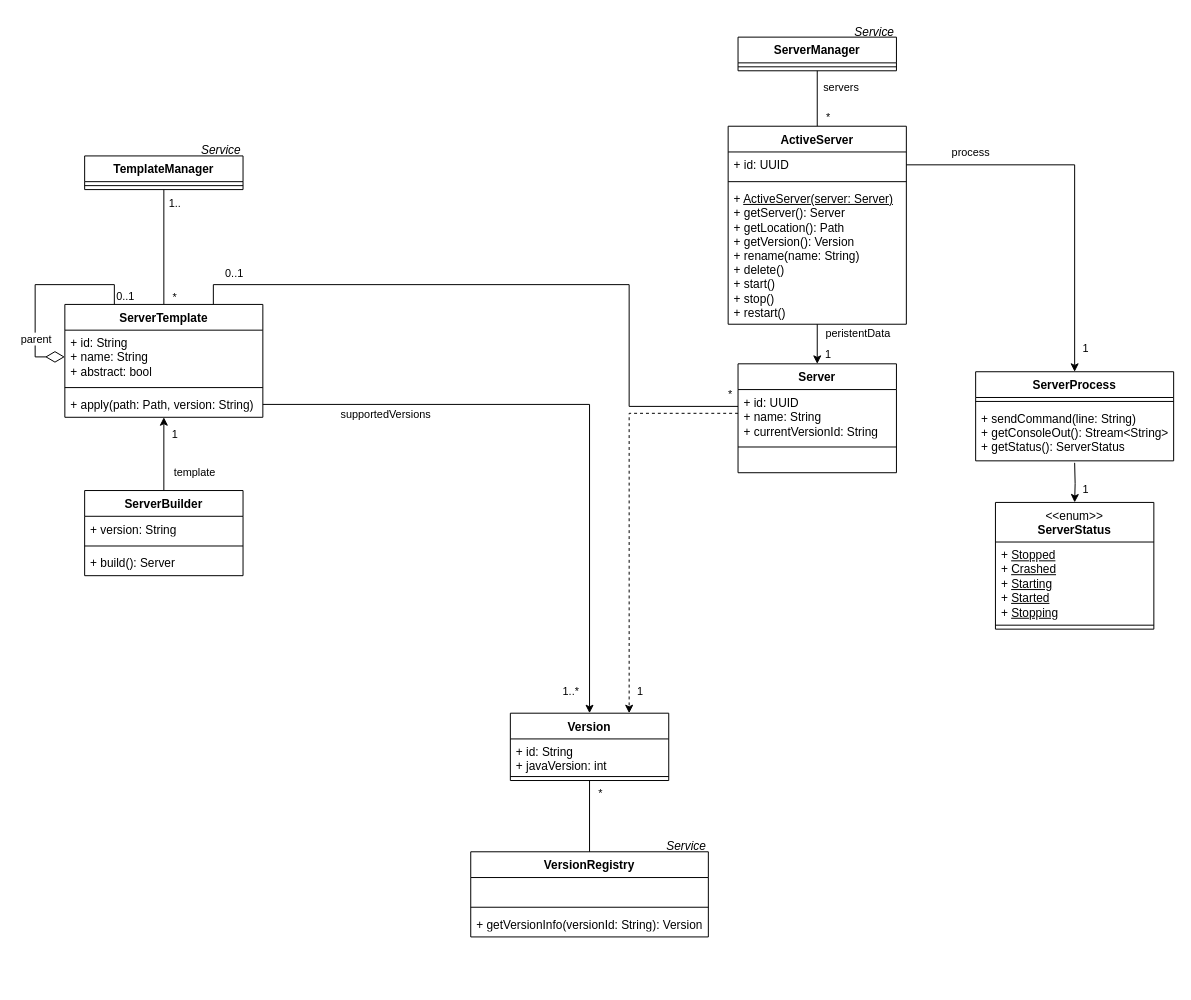
The draw.io diagram Klassendiagramm.drawio in Fisch37/mc-server-manager, before the edit. Source tidied: cells renumbered, new cells numbered last; positions are measured from the earlier drawing's top-left corner, leaving out a move shared by most shapes. Both pictures are drawn from the tidied source at 99%, with x=0, y=0 at pixel (35, 17).
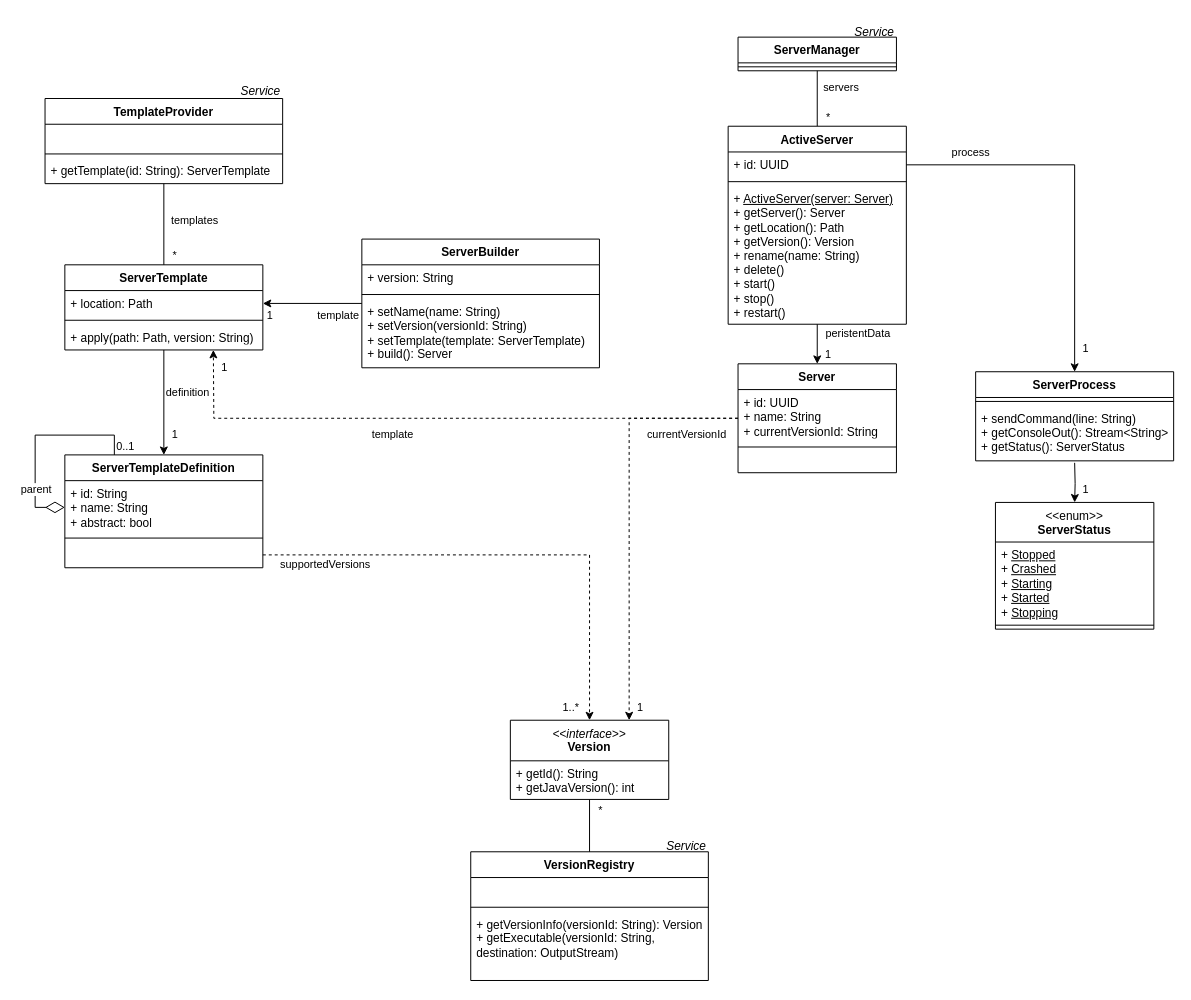
The same diagram, later.

Commit message (it also covers changes not shown here):
Added basic server templates

The change refers to these unchanged cells:
```xml
<mxCell id="9" value="Server" style="swimlane;fontStyle=1;align=center;verticalAlign=top;horizontal=1;startSize=26;whiteSpace=wrap;html=1;" parent="1" vertex="1">
  <mxGeometry x="710" y="350" width="160" height="110" as="geometry" />
</mxCell>
```

What changed in the source:
```diff
@@
-    <mxCell id="7" style="edgeStyle=orthogonalEdgeStyle;rounded=0;jettySize=auto;html=1;entryX=0.75;entryY=0;entryDx=0;entryDy=0;dashed=1;" parent="1" edge="1" source="9" target="39">
-      <mxGeometry relative="1" as="geometry">
-        <Array as="points">
-          <mxPoint x="600" y="400" />
-        </Array>
-      </mxGeometry>
-    </mxCell>
-    <mxCell id="8" value="1" style="edgeLabel;html=1;align=center;verticalAlign=middle;" parent="7" vertex="1">
-      <mxGeometry x="0.89" y="-1" relative="1" as="geometry">
-        <mxPoint x="11" as="offset" />
-      </mxGeometry>
-    </mxCell>
+    <mxCell id="71" style="edgeStyle=orthogonalEdgeStyle;rounded=0;jettySize=auto;html=1;entryX=0.75;entryY=0;entryDx=0;entryDy=0;dashed=1;" parent="1" edge="1" source="9" target="84">
+      <mxGeometry relative="1" as="geometry" />
+    </mxCell>
+    <mxCell id="72" value="currentVersionId" style="edgeLabel;html=1;align=center;verticalAlign=middle;" parent="71" vertex="1">
+      <mxGeometry x="-0.59" y="2" relative="1" as="geometry">
+        <mxPoint x="32" y="13" as="offset" />
+      </mxGeometry>
+    </mxCell>
+    <mxCell id="73" value="1" style="edgeLabel;html=1;align=center;verticalAlign=middle;" parent="71" vertex="1">
+      <mxGeometry x="0.88" y="-3" relative="1" as="geometry">
+        <mxPoint x="13" y="11" as="offset" />
+      </mxGeometry>
+    </mxCell>
+    <mxCell id="74" style="edgeStyle=orthogonalEdgeStyle;rounded=0;jettySize=auto;html=1;dashed=1;" parent="1" edge="1" source="9">
+      <mxGeometry relative="1" as="geometry">
+        <mxPoint x="180" y="336" as="targetPoint" />
+      </mxGeometry>
+    </mxCell>
+    <mxCell id="75" value="template" style="edgeLabel;html=1;align=center;verticalAlign=middle;" parent="74" vertex="1">
+      <mxGeometry x="0.54" y="1" relative="1" as="geometry">
+        <mxPoint x="111" y="14" as="offset" />
+      </mxGeometry>
+    </mxCell>
+    <mxCell id="76" value="1" style="edgeLabel;html=1;align=center;verticalAlign=middle;" parent="74" vertex="1">
+      <mxGeometry x="0.94" y="-2" relative="1" as="geometry">
+        <mxPoint x="8" as="offset" />
+      </mxGeometry>
+    </mxCell>
@@
-    <mxCell id="19" style="edgeStyle=orthogonalEdgeStyle;rounded=0;jettySize=auto;html=1;" parent="1" edge="1" source="22" target="29">
+    <mxCell id="19" style="edgeStyle=orthogonalEdgeStyle;rounded=0;jettySize=auto;html=1;entryX=1;entryY=0.5;entryDx=0;entryDy=0;" parent="1" edge="1" source="22" target="81">
       <mxGeometry relative="1" as="geometry" />
     </mxCell>
     <mxCell id="20" value="1" style="edgeLabel;html=1;align=center;verticalAlign=middle;" parent="19" vertex="1">
       <mxGeometry x="0.56" relative="1" as="geometry">
-        <mxPoint x="10" as="offset" />
+        <mxPoint x="-16" y="11" as="offset" />
       </mxGeometry>
     </mxCell>
     <mxCell id="21" value="template" style="edgeLabel;html=1;align=center;verticalAlign=middle;" parent="19" vertex="1">
       <mxGeometry x="-0.5" y="2" relative="1" as="geometry">
-        <mxPoint x="32" as="offset" />
+        <mxPoint y="9" as="offset" />
       </mxGeometry>
     </mxCell>
     <mxCell id="22" value="ServerBuilder" style="swimlane;fontStyle=1;align=center;verticalAlign=top;horizontal=1;startSize=26;whiteSpace=wrap;html=1;" parent="1" vertex="1">
-      <mxGeometry x="50" y="478" width="160" height="86" as="geometry" />
+      <mxGeometry x="330" y="224" width="240" height="130" as="geometry" />
     </mxCell>
     <mxCell id="23" value="+ version: String" style="text;strokeColor=none;fillColor=none;align=left;verticalAlign=top;spacingLeft=4;spacingRight=4;overflow=hidden;whiteSpace=wrap;html=1;" parent="22" vertex="1">
-      <mxGeometry y="26" width="160" height="26" as="geometry" />
+      <mxGeometry y="26" width="240" height="26" as="geometry" />
     </mxCell>
     <mxCell id="24" style="line;strokeWidth=1;fillColor=none;align=left;verticalAlign=middle;spacingTop=-1;spacingLeft=3;spacingRight=3;labelPosition=right;strokeColor=inherit;" parent="22" vertex="1">
-      <mxGeometry y="52" width="160" height="8" as="geometry" />
+      <mxGeometry y="52" width="240" height="8" as="geometry" />
     </mxCell>
-    <mxCell id="25" value="+ build(): Server" style="text;strokeColor=none;fillColor=none;align=left;verticalAlign=top;spacingLeft=4;spacingRight=4;overflow=hidden;whiteSpace=wrap;html=1;" parent="22" vertex="1">
-      <mxGeometry y="60" width="160" height="26" as="geometry" />
+    <mxCell id="25" value="&lt;div&gt;+ setName(name: String)&lt;/div&gt;&lt;div&gt;+ setVersion(versionId: String)&lt;/div&gt;&lt;div&gt;+ setTemplate(template: ServerTemplate)&lt;/div&gt;+ build(): Server" style="text;strokeColor=none;fillColor=none;align=left;verticalAlign=top;spacingLeft=4;spacingRight=4;overflow=hidden;whiteSpace=wrap;html=1;" parent="22" vertex="1">
+      <mxGeometry y="60" width="240" height="70" as="geometry" />
     </mxCell>
-    <mxCell id="26" style="edgeStyle=orthogonalEdgeStyle;rounded=0;jettySize=auto;html=1;entryX=0.5;entryY=0;entryDx=0;entryDy=0;endArrow=none;endFill=0;" parent="1" edge="1" source="56" target="29">
-      <mxGeometry relative="1" as="geometry" />
-    </mxCell>
-    <mxCell id="27" value="*" style="edgeLabel;html=1;align=center;verticalAlign=middle;" parent="26" vertex="1">
-      <mxGeometry x="0.69" y="-2" relative="1" as="geometry">
-        <mxPoint x="12" y="10" as="offset" />
-      </mxGeometry>
-    </mxCell>
-    <mxCell id="28" value="1.." style="edgeLabel;html=1;align=center;verticalAlign=middle;" parent="26" vertex="1">
-      <mxGeometry x="-0.93" y="-2" relative="1" as="geometry">
-        <mxPoint x="12" y="9" as="offset" />
-      </mxGeometry>
-    </mxCell>
-    <mxCell id="29" value="ServerTemplate" style="swimlane;fontStyle=1;align=center;verticalAlign=top;horizontal=1;startSize=26;whiteSpace=wrap;html=1;" parent="1" vertex="1">
-      <mxGeometry x="30" y="290" width="200" height="114" as="geometry" />
+    <mxCell id="29" value="ServerTemplateDefinition" style="swimlane;fontStyle=1;align=center;verticalAlign=top;horizontal=1;startSize=26;whiteSpace=wrap;html=1;" parent="1" vertex="1">
+      <mxGeometry x="30" y="442" width="200" height="114" as="geometry" />
     </mxCell>
@@
-    <mxCell id="32" value="+ apply(path: Path, version: String)" style="text;strokeColor=none;fillColor=none;align=left;verticalAlign=top;spacingLeft=4;spacingRight=4;overflow=hidden;points=[[0,0.5],[1,0.5]];portConstraint=eastwest;whiteSpace=wrap;html=1;" parent="29" vertex="1">
+    <mxCell id="32" value="&amp;nbsp;" style="text;strokeColor=none;fillColor=none;align=left;verticalAlign=top;spacingLeft=4;spacingRight=4;overflow=hidden;points=[[0,0.5],[1,0.5]];portConstraint=eastwest;whiteSpace=wrap;html=1;" parent="29" vertex="1">
       <mxGeometry y="88" width="200" height="26" as="geometry" />
     </mxCell>
@@
-    <mxCell id="36" style="edgeStyle=orthogonalEdgeStyle;rounded=0;jettySize=auto;html=1;endArrow=none;endFill=0;entryX=0.75;entryY=0;entryDx=0;entryDy=0;" parent="1" edge="1" source="9" target="29">
-      <mxGeometry relative="1" as="geometry">
-        <Array as="points">
-          <mxPoint x="600" y="393" />
-          <mxPoint x="600" y="270" />
-          <mxPoint x="180" y="270" />
-        </Array>
-      </mxGeometry>
-    </mxCell>
-    <mxCell id="37" value="0..1" style="edgeLabel;html=1;align=center;verticalAlign=middle;" parent="36" vertex="1">
-      <mxGeometry x="0.88" y="1" relative="1" as="geometry">
-        <mxPoint y="-13" as="offset" />
-      </mxGeometry>
-    </mxCell>
-    <mxCell id="38" value="*" style="edgeLabel;html=1;align=center;verticalAlign=middle;" parent="36" vertex="1">
-      <mxGeometry x="-0.8" y="-3" relative="1" as="geometry">
-        <mxPoint x="58" y="-10" as="offset" />
-      </mxGeometry>
-    </mxCell>
-    <mxCell id="39" value="Version" style="swimlane;fontStyle=1;align=center;verticalAlign=top;horizontal=1;startSize=26;whiteSpace=wrap;html=1;" parent="1" vertex="1">
-      <mxGeometry x="480" y="702.9" width="160" height="68" as="geometry" />
-    </mxCell>
-    <mxCell id="40" value="+ id: String&lt;div&gt;+ javaVersion: int&lt;/div&gt;" style="text;strokeColor=none;fillColor=none;align=left;verticalAlign=top;spacingLeft=4;spacingRight=4;overflow=hidden;whiteSpace=wrap;html=1;" parent="39" vertex="1">
-      <mxGeometry y="26" width="160" height="34" as="geometry" />
-    </mxCell>
-    <mxCell id="41" style="line;strokeWidth=1;fillColor=none;align=left;verticalAlign=middle;spacingTop=-1;spacingLeft=3;spacingRight=3;labelPosition=right;strokeColor=inherit;" parent="39" vertex="1">
-      <mxGeometry y="60" width="160" height="8" as="geometry" />
-    </mxCell>
-    <mxCell id="42" style="edgeStyle=orthogonalEdgeStyle;rounded=0;jettySize=auto;html=1;" parent="1" edge="1" source="32" target="39">
+    <mxCell id="42" style="edgeStyle=orthogonalEdgeStyle;rounded=0;jettySize=auto;html=1;dashed=1;" parent="1" edge="1" source="32" target="84">
       <mxGeometry relative="1" as="geometry" />
     </mxCell>
@@
     <mxCell id="44" value="1..*" style="edgeLabel;html=1;align=center;verticalAlign=middle;" parent="42" vertex="1">
       <mxGeometry x="0.72" y="1" relative="1" as="geometry">
-        <mxPoint x="-21" y="67" as="offset" />
+        <mxPoint x="-21" y="56" as="offset" />
       </mxGeometry>
     </mxCell>
@@
-    <mxCell id="55" style="group;" parent="1" vertex="1">
-      <mxGeometry x="50" y="120" width="160" height="54" as="geometry" />
-    </mxCell>
-    <mxCell id="56" value="TemplateManager" style="swimlane;fontStyle=1;align=center;verticalAlign=top;horizontal=1;startSize=26;whiteSpace=wrap;html=1;" parent="55" vertex="1">
-      <mxGeometry y="20" width="160" height="34" as="geometry" />
-    </mxCell>
-    <mxCell id="57" style="line;strokeWidth=1;fillColor=none;align=left;verticalAlign=middle;spacingTop=-1;spacingLeft=3;spacingRight=3;labelPosition=right;strokeColor=inherit;" parent="56" vertex="1">
-      <mxGeometry y="26" width="160" height="8" as="geometry" />
-    </mxCell>
-    <mxCell id="58" value="&lt;i&gt;Service&lt;/i&gt;" style="text;html=1;whiteSpace=wrap;strokeColor=none;fillColor=none;align=right;verticalAlign=middle;rounded=0;" parent="55" vertex="1">
-      <mxGeometry x="100" width="60" height="30" as="geometry" />
-    </mxCell>
@@
     <mxCell id="63" style="group;" parent="1" vertex="1">
-      <mxGeometry x="440" y="822.9" width="240" height="106" as="geometry" />
+      <mxGeometry x="440" y="822.9" width="240" height="150" as="geometry" />
     </mxCell>
     <mxCell id="64" value="VersionRegistry" style="swimlane;fontStyle=1;align=center;verticalAlign=top;horizontal=1;startSize=26;whiteSpace=wrap;html=1;" parent="63" vertex="1">
-      <mxGeometry y="20" width="240" height="86" as="geometry" />
+      <mxGeometry y="20" width="240" height="130" as="geometry" />
     </mxCell>
@@
-    <mxCell id="67" value="+ getVersionInfo(versionId: String): Version" style="text;strokeColor=none;fillColor=none;align=left;verticalAlign=top;spacingLeft=4;spacingRight=4;overflow=hidden;whiteSpace=wrap;html=1;" parent="64" vertex="1">
-      <mxGeometry y="60" width="240" height="26" as="geometry" />
+    <mxCell id="67" value="+ getVersionInfo(versionId: String): Version&lt;div&gt;+ getExecutable(versionId: String, destination: OutputStream)&lt;/div&gt;" style="text;strokeColor=none;fillColor=none;align=left;verticalAlign=top;spacingLeft=4;spacingRight=4;overflow=hidden;whiteSpace=wrap;html=1;" parent="64" vertex="1">
+      <mxGeometry y="60" width="240" height="70" as="geometry" />
     </mxCell>
@@
-    <mxCell id="69" style="edgeStyle=orthogonalEdgeStyle;rounded=0;jettySize=auto;html=1;endArrow=none;endFill=0;" parent="1" edge="1" source="64" target="39">
+    <mxCell id="69" style="edgeStyle=orthogonalEdgeStyle;rounded=0;jettySize=auto;html=1;endArrow=none;endFill=0;" parent="1" edge="1" source="64" target="84">
       <mxGeometry relative="1" as="geometry" />
     </mxCell>
@@
+    <mxCell id="77" style="edgeStyle=orthogonalEdgeStyle;rounded=0;jettySize=auto;html=1;" parent="1" edge="1" source="80" target="29">
+      <mxGeometry relative="1" as="geometry" />
+    </mxCell>
+    <mxCell id="78" value="1" style="edgeLabel;html=1;align=center;verticalAlign=middle;" parent="77" vertex="1">
+      <mxGeometry x="0.66" y="2" relative="1" as="geometry">
+        <mxPoint x="8" y="-4" as="offset" />
+      </mxGeometry>
+    </mxCell>
+    <mxCell id="79" value="definition" style="edgeLabel;html=1;align=center;verticalAlign=middle;" parent="77" vertex="1">
+      <mxGeometry x="-0.2" y="-2" relative="1" as="geometry">
+        <mxPoint x="25" as="offset" />
+      </mxGeometry>
+    </mxCell>
+    <mxCell id="80" value="ServerTemplate" style="swimlane;fontStyle=1;align=center;verticalAlign=top;horizontal=1;startSize=26;whiteSpace=wrap;html=1;" parent="1" vertex="1">
+      <mxGeometry x="30" y="250" width="200" height="86" as="geometry" />
+    </mxCell>
+    <mxCell id="81" value="+ location: Path" style="text;strokeColor=none;fillColor=none;align=left;verticalAlign=top;spacingLeft=4;spacingRight=4;overflow=hidden;points=[[0,0.5],[1,0.5]];portConstraint=eastwest;whiteSpace=wrap;html=1;" parent="80" vertex="1">
+      <mxGeometry y="26" width="200" height="26" as="geometry" />
+    </mxCell>
+    <mxCell id="82" style="line;strokeWidth=1;fillColor=none;align=left;verticalAlign=middle;spacingTop=-1;spacingLeft=3;spacingRight=3;labelPosition=right;strokeColor=inherit;" parent="80" vertex="1">
+      <mxGeometry y="52" width="200" height="8" as="geometry" />
+    </mxCell>
+    <mxCell id="83" value="+ apply(path: Path, version: String)" style="text;strokeColor=none;fillColor=none;align=left;verticalAlign=top;spacingLeft=4;spacingRight=4;overflow=hidden;whiteSpace=wrap;html=1;" parent="80" vertex="1">
+      <mxGeometry y="60" width="200" height="26" as="geometry" />
+    </mxCell>
+    <mxCell id="84" value="&lt;span style=&quot;font-weight: normal;&quot;&gt;&lt;i&gt;&amp;lt;&amp;lt;interface&amp;gt;&amp;gt;&lt;/i&gt;&lt;/span&gt;&lt;div&gt;Version&lt;/div&gt;" style="swimlane;fontStyle=1;align=center;verticalAlign=top;horizontal=1;startSize=41;whiteSpace=wrap;html=1;" parent="1" vertex="1">
+      <mxGeometry x="480" y="710" width="160" height="80" as="geometry" />
+    </mxCell>
+    <mxCell id="85" value="+ getId(): String&lt;div&gt;+ getJavaVersion(): int&lt;/div&gt;" style="text;strokeColor=none;fillColor=none;align=left;verticalAlign=top;spacingLeft=4;spacingRight=4;overflow=hidden;whiteSpace=wrap;html=1;" parent="84" vertex="1">
+      <mxGeometry y="41" width="160" height="39" as="geometry" />
+    </mxCell>
+    <mxCell id="86" style="group;" parent="1" vertex="1">
+      <mxGeometry x="10" y="60" width="240" height="108" as="geometry" />
+    </mxCell>
+    <mxCell id="87" value="TemplateProvider" style="swimlane;fontStyle=1;align=center;verticalAlign=top;horizontal=1;startSize=26;whiteSpace=wrap;html=1;" parent="86" vertex="1">
+      <mxGeometry y="22" width="240" height="86" as="geometry" />
+    </mxCell>
+    <mxCell id="88" value="&amp;nbsp;" style="text;strokeColor=none;fillColor=none;align=left;verticalAlign=top;spacingLeft=4;spacingRight=4;overflow=hidden;whiteSpace=wrap;html=1;" parent="87" vertex="1">
+      <mxGeometry y="26" width="240" height="26" as="geometry" />
+    </mxCell>
+    <mxCell id="89" style="line;strokeWidth=1;fillColor=none;align=left;verticalAlign=middle;spacingTop=-1;spacingLeft=3;spacingRight=3;labelPosition=right;strokeColor=inherit;" parent="87" vertex="1">
+      <mxGeometry y="52" width="240" height="8" as="geometry" />
+    </mxCell>
+    <mxCell id="90" value="+ getTemplate(id: String): ServerTemplate" style="text;strokeColor=none;fillColor=none;align=left;verticalAlign=top;spacingLeft=4;spacingRight=4;overflow=hidden;whiteSpace=wrap;html=1;" parent="87" vertex="1">
+      <mxGeometry y="60" width="240" height="26" as="geometry" />
+    </mxCell>
+    <mxCell id="58" value="&lt;i&gt;Service&lt;/i&gt;" style="text;html=1;whiteSpace=wrap;strokeColor=none;fillColor=none;align=right;verticalAlign=middle;rounded=0;" parent="86" vertex="1">
+      <mxGeometry x="180" width="60" height="30" as="geometry" />
+    </mxCell>
+    <mxCell id="91" style="edgeStyle=orthogonalEdgeStyle;rounded=0;jettySize=auto;html=1;entryX=0.5;entryY=0;entryDx=0;entryDy=0;endArrow=none;endFill=0;" parent="1" edge="1" source="87" target="80">
+      <mxGeometry relative="1" as="geometry" />
+    </mxCell>
+    <mxCell id="92" value="*" style="edgeLabel;html=1;align=center;verticalAlign=middle;" parent="91" vertex="1">
+      <mxGeometry x="0.79" relative="1" as="geometry">
+        <mxPoint x="10" y="-1" as="offset" />
+      </mxGeometry>
+    </mxCell>
+    <mxCell id="93" value="templates" style="edgeLabel;html=1;align=center;verticalAlign=middle;" parent="91" vertex="1">
+      <mxGeometry x="-0.11" relative="1" as="geometry">
+        <mxPoint x="30" as="offset" />
+      </mxGeometry>
+    </mxCell>
```
